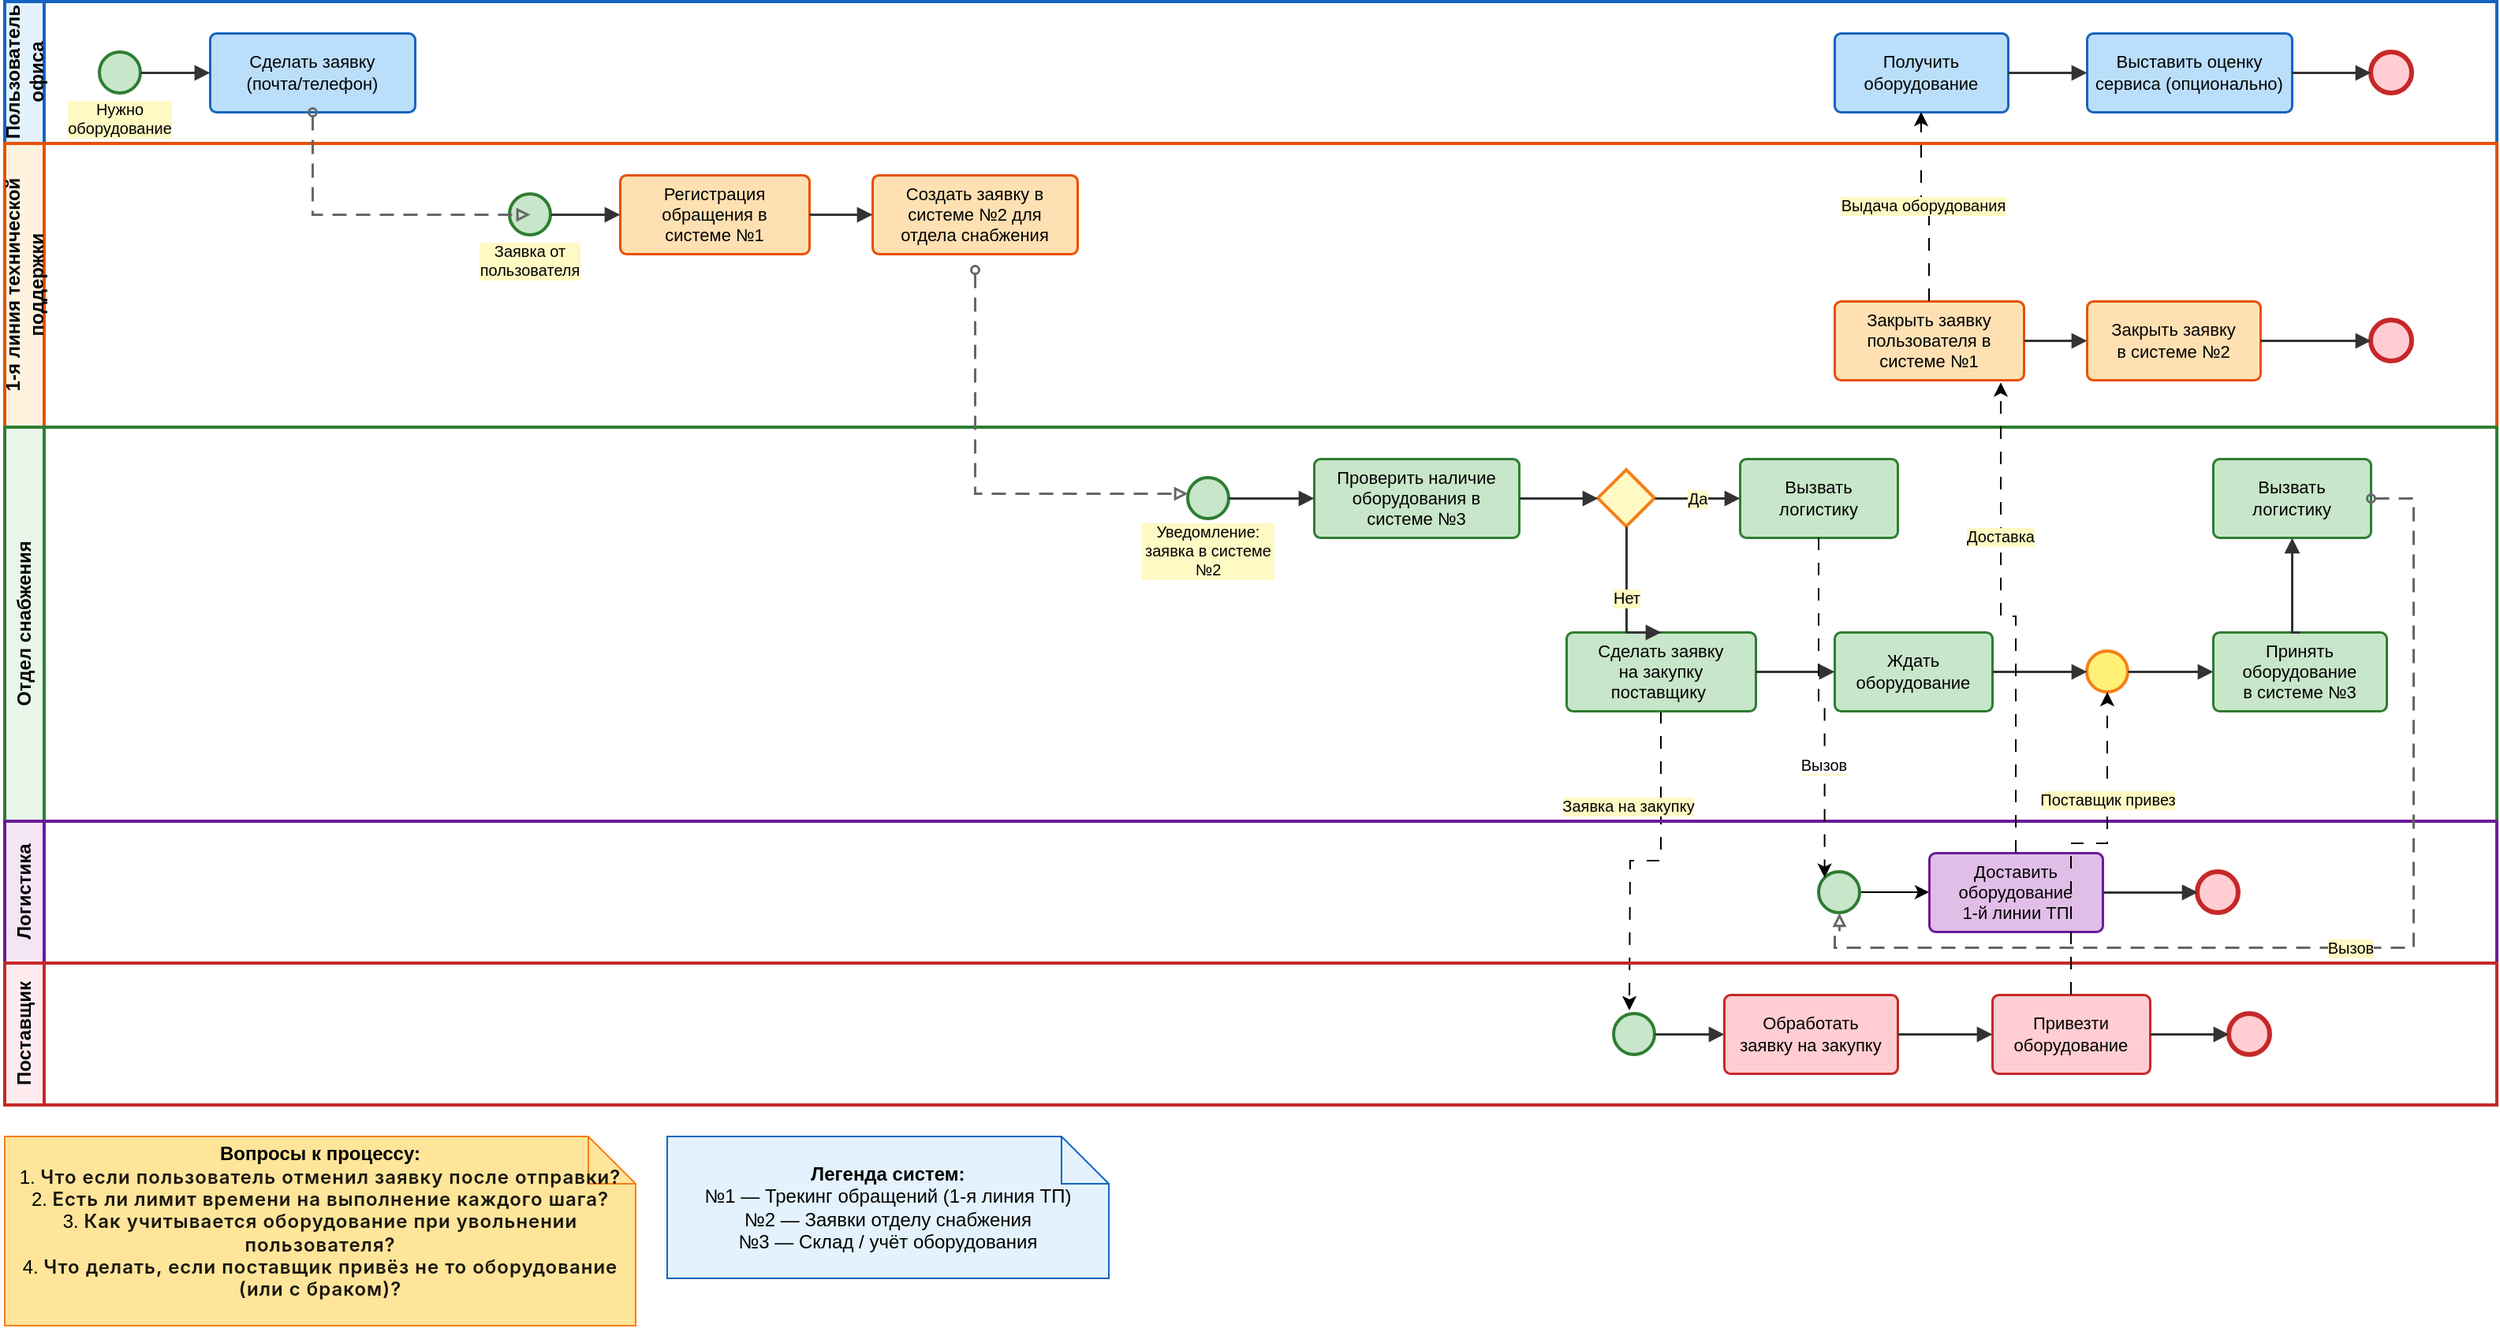
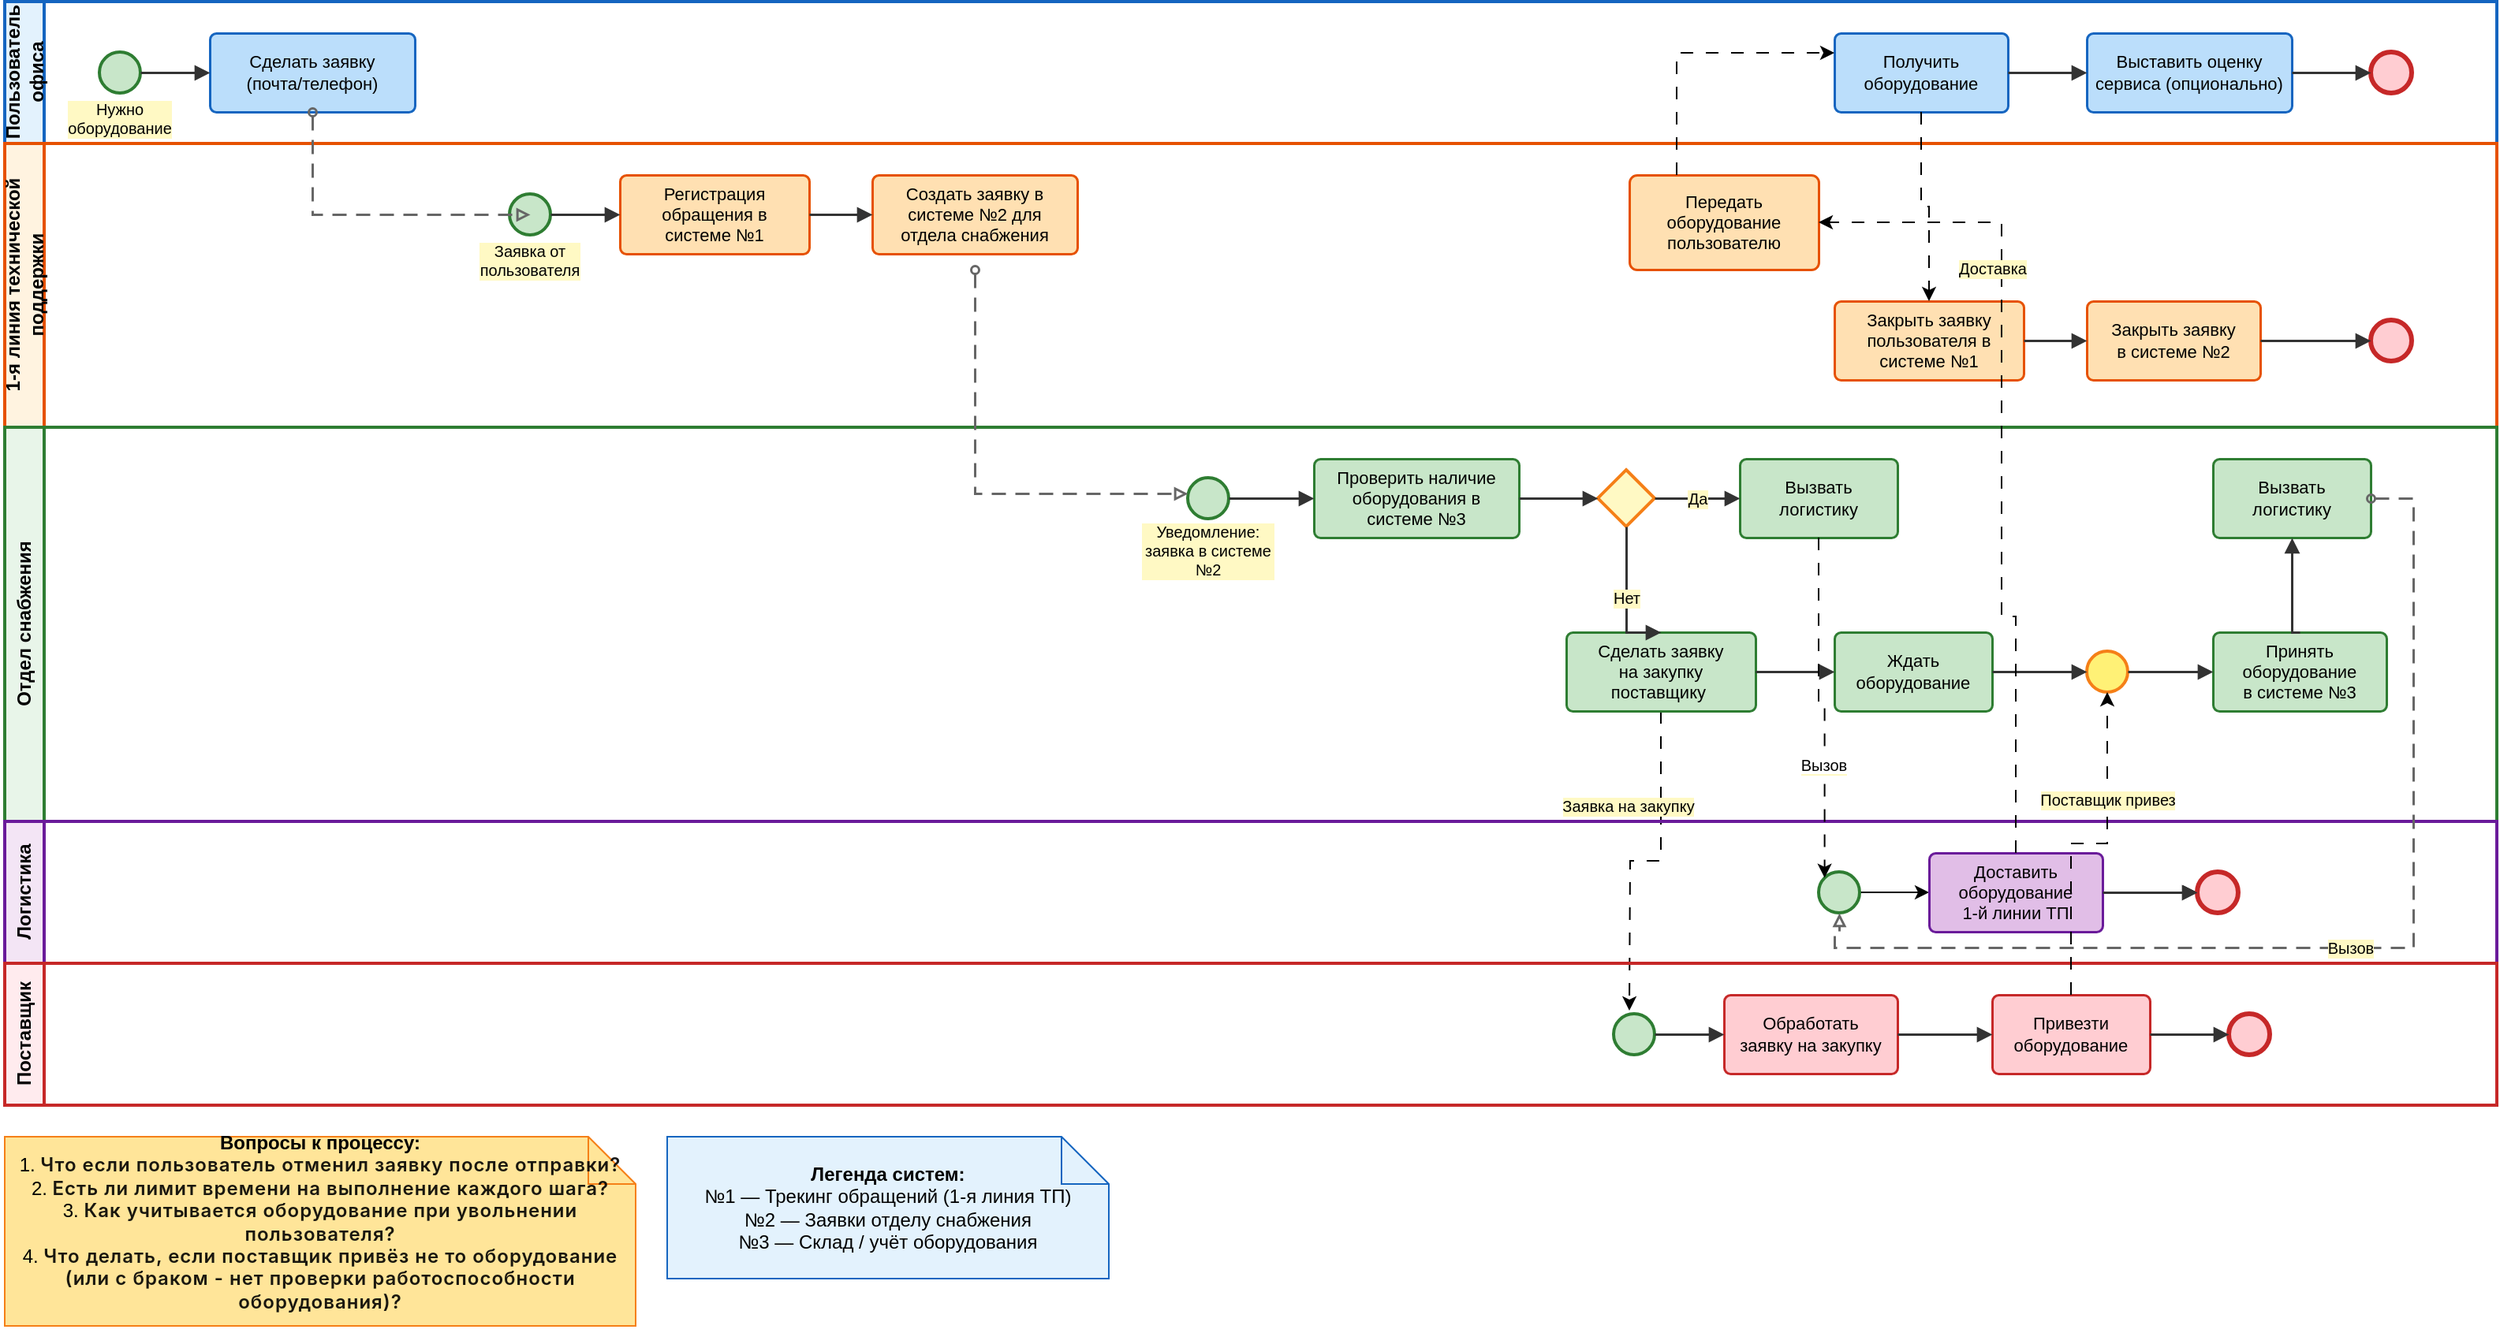
<mxfile host="app.diagrams.net" agent="Kimi">
  <diagram name="BPMN IT Equipment" id="it-equipment-bpmn">
    <mxGraphModel dx="1940" dy="875" grid="1" gridSize="10" guides="1" tooltips="1" connect="1" arrows="1" fold="1" page="1" pageScale="1" pageWidth="1700" pageHeight="1100" math="0" shadow="0">
      <root>
        <mxCell id="0" />
        <mxCell id="1" parent="0" />
        <mxCell id="pool-user" parent="1" style="swimlane;horizontal=0;startSize=25;swimlaneLine=1;collapsible=0;fontStyle=1;fillColor=#E3F2FD;strokeColor=#1565C0;strokeWidth=2;fontSize=12;whiteSpace=wrap;" value="Пользователь офиса" vertex="1">
          <mxGeometry height="90" width="1580" x="40" y="40" as="geometry" />
        </mxCell>
        <mxCell id="start-user" parent="pool-user" style="ellipse;whiteSpace=wrap;html=1;aspect=fixed;fillColor=#C8E6C9;strokeColor=#2E7D32;strokeWidth=2;" value="" vertex="1">
          <mxGeometry height="26" width="26" x="60" y="32" as="geometry" />
        </mxCell>
        <mxCell id="lbl-start-user" parent="pool-user" style="text;html=1;strokeColor=none;fillColor=none;align=center;verticalAlign=middle;whiteSpace=wrap;rounded=0;fontSize=10;fontFamily=Helvetica;fontColor=default;fontStyle=0;labelBackgroundColor=#FFF9C4;" value="Нужно&#xa;оборудование" vertex="1">
          <mxGeometry height="28" width="60" x="43" y="60" as="geometry" />
        </mxCell>
        <mxCell id="task-req" parent="pool-user" style="rounded=1;whiteSpace=wrap;html=1;arcSize=8;fillColor=#BBDEFB;strokeColor=#1565C0;strokeWidth=1.5;fontSize=11;" value="Сделать заявку&#xa;(почта/телефон)" vertex="1">
          <mxGeometry height="50" width="130" x="130" y="20" as="geometry" />
        </mxCell>
        <mxCell id="task-receive" parent="pool-user" style="rounded=1;whiteSpace=wrap;html=1;arcSize=8;fillColor=#BBDEFB;strokeColor=#1565C0;strokeWidth=1.5;fontSize=11;" value="Получить&#xa;оборудование" vertex="1">
          <mxGeometry height="50" width="110" x="1160" y="20" as="geometry" />
        </mxCell>
        <mxCell id="task-rate" parent="pool-user" style="rounded=1;whiteSpace=wrap;html=1;arcSize=8;fillColor=#BBDEFB;strokeColor=#1565C0;strokeWidth=1.5;fontSize=11;" value="Выставить оценку&#xa;сервиса (опционально)" vertex="1">
          <mxGeometry height="50" width="130" x="1320" y="20" as="geometry" />
        </mxCell>
        <mxCell id="end-user" parent="pool-user" style="ellipse;whiteSpace=wrap;html=1;aspect=fixed;fillColor=#FFCDD2;strokeColor=#C62828;strokeWidth=3;" value="" vertex="1">
          <mxGeometry height="26" width="26" x="1500" y="32" as="geometry" />
        </mxCell>
        <mxCell id="sf1" edge="1" parent="pool-user" source="start-user" style="edgeStyle=orthogonalEdgeStyle;rounded=0;orthogonalLoop=1;jettySize=auto;html=1;exitX=1;exitY=0.5;exitDx=0;exitDy=0;entryX=0;entryY=0.5;entryDx=0;entryDy=0;strokeColor=#333333;strokeWidth=1.5;endArrow=block;endFill=1;" target="task-req" value="">
          <mxGeometry relative="1" as="geometry" />
        </mxCell>
        <mxCell id="sf2" edge="1" parent="pool-user" source="task-receive" style="edgeStyle=orthogonalEdgeStyle;rounded=0;orthogonalLoop=1;jettySize=auto;html=1;exitX=1;exitY=0.5;exitDx=0;exitDy=0;entryX=0;entryY=0.5;entryDx=0;entryDy=0;strokeColor=#333333;strokeWidth=1.5;endArrow=block;endFill=1;" target="task-rate" value="">
          <mxGeometry relative="1" as="geometry" />
        </mxCell>
        <mxCell id="sf3" edge="1" parent="pool-user" source="task-rate" style="edgeStyle=orthogonalEdgeStyle;rounded=0;orthogonalLoop=1;jettySize=auto;html=1;exitX=1;exitY=0.5;exitDx=0;exitDy=0;entryX=0;entryY=0.5;entryDx=0;entryDy=0;strokeColor=#333333;strokeWidth=1.5;endArrow=block;endFill=1;" target="end-user" value="">
          <mxGeometry relative="1" as="geometry" />
        </mxCell>
        <mxCell id="pool-l1" parent="1" style="swimlane;horizontal=0;startSize=25;swimlaneLine=1;collapsible=0;fontStyle=1;fillColor=#FFF3E0;strokeColor=#E65100;strokeWidth=2;fontSize=12;whiteSpace=wrap;" value="1-я линия технической поддержки" vertex="1">
          <mxGeometry height="180" width="1580" x="40" y="130" as="geometry" />
        </mxCell>
        <mxCell id="start-l1" parent="pool-l1" style="ellipse;whiteSpace=wrap;html=1;aspect=fixed;fillColor=#C8E6C9;strokeColor=#2E7D32;strokeWidth=2;" value="" vertex="1">
          <mxGeometry height="26" width="26" x="320" y="32" as="geometry" />
        </mxCell>
        <mxCell id="lbl-start-l1" parent="pool-l1" style="text;html=1;strokeColor=none;fillColor=none;align=center;verticalAlign=middle;whiteSpace=wrap;rounded=0;fontSize=10;fontFamily=Helvetica;fontColor=default;fontStyle=0;labelBackgroundColor=#FFF9C4;" value="Заявка от&#xa;пользователя" vertex="1">
          <mxGeometry height="28" width="60" x="303" y="60" as="geometry" />
        </mxCell>
        <mxCell id="task-ticket1" parent="pool-l1" style="rounded=1;whiteSpace=wrap;html=1;arcSize=8;fillColor=#FFE0B2;strokeColor=#E65100;strokeWidth=1.5;fontSize=11;" value="Регистрация&lt;br&gt;обращения в&lt;br&gt;системе №1" vertex="1">
          <mxGeometry height="50" width="120" x="390" y="20" as="geometry" />
        </mxCell>
        <mxCell id="task-create-req" parent="pool-l1" style="rounded=1;whiteSpace=wrap;html=1;arcSize=8;fillColor=#FFE0B2;strokeColor=#E65100;strokeWidth=1.5;fontSize=11;" value="Создать заявку в&#xa;системе №2 для&#xa;отдела снабжения" vertex="1">
          <mxGeometry height="50" width="130" x="550" y="20" as="geometry" />
        </mxCell>
        <mxCell id="task-close1" parent="pool-l1" style="rounded=1;whiteSpace=wrap;html=1;arcSize=8;fillColor=#FFE0B2;strokeColor=#E65100;strokeWidth=1.5;fontSize=11;" value="Закрыть заявку&#xa;пользователя в&#xa;системе №1" vertex="1">
          <mxGeometry height="50" width="120" x="1160" y="100" as="geometry" />
        </mxCell>
        <mxCell id="task-close2" parent="pool-l1" style="rounded=1;whiteSpace=wrap;html=1;arcSize=8;fillColor=#FFE0B2;strokeColor=#E65100;strokeWidth=1.5;fontSize=11;" value="Закрыть заявку&#xa;в системе №2" vertex="1">
          <mxGeometry height="50" width="110" x="1320" y="100" as="geometry" />
        </mxCell>
        <mxCell id="end-l1" parent="pool-l1" style="ellipse;whiteSpace=wrap;html=1;aspect=fixed;fillColor=#FFCDD2;strokeColor=#C62828;strokeWidth=3;" value="" vertex="1">
          <mxGeometry height="26" width="26" x="1500" y="112" as="geometry" />
        </mxCell>
        <mxCell id="sf4" edge="1" parent="pool-l1" source="start-l1" style="edgeStyle=orthogonalEdgeStyle;rounded=0;orthogonalLoop=1;jettySize=auto;html=1;exitX=1;exitY=0.5;exitDx=0;exitDy=0;entryX=0;entryY=0.5;entryDx=0;entryDy=0;strokeColor=#333333;strokeWidth=1.5;endArrow=block;endFill=1;" target="task-ticket1" value="">
          <mxGeometry relative="1" as="geometry" />
        </mxCell>
        <mxCell id="sf5" edge="1" parent="pool-l1" source="task-ticket1" style="edgeStyle=orthogonalEdgeStyle;rounded=0;orthogonalLoop=1;jettySize=auto;html=1;exitX=1;exitY=0.5;exitDx=0;exitDy=0;entryX=0;entryY=0.5;entryDx=0;entryDy=0;strokeColor=#333333;strokeWidth=1.5;endArrow=block;endFill=1;" target="task-create-req" value="">
          <mxGeometry relative="1" as="geometry" />
        </mxCell>
        <mxCell id="sf6" edge="1" parent="pool-l1" source="task-close1" style="edgeStyle=orthogonalEdgeStyle;rounded=0;orthogonalLoop=1;jettySize=auto;html=1;exitX=1;exitY=0.5;exitDx=0;exitDy=0;entryX=0;entryY=0.5;entryDx=0;entryDy=0;strokeColor=#333333;strokeWidth=1.5;endArrow=block;endFill=1;" target="task-close2" value="">
          <mxGeometry relative="1" as="geometry" />
        </mxCell>
        <mxCell id="sf7" edge="1" parent="pool-l1" source="task-close2" style="edgeStyle=orthogonalEdgeStyle;rounded=0;orthogonalLoop=1;jettySize=auto;html=1;exitX=1;exitY=0.5;exitDx=0;exitDy=0;entryX=0;entryY=0.5;entryDx=0;entryDy=0;strokeColor=#333333;strokeWidth=1.5;endArrow=block;endFill=1;" target="end-l1" value="">
          <mxGeometry relative="1" as="geometry" />
        </mxCell>
+         <mxCell id="opargp484cUW6CwqKx2q-9" parent="pool-l1" style="rounded=1;whiteSpace=wrap;html=1;fontFamily=Helvetica;fontSize=11;fontColor=default;align=center;verticalAlign=middle;strokeColor=#E65100;strokeWidth=1.5;arcSize=8;fillColor=#FFE0B2;" value="Передать оборудование пользователю" vertex="1">
+           <mxGeometry height="60" width="120" x="1030" y="20" as="geometry" />
+         </mxCell>
        <mxCell id="pool-supply" parent="1" style="swimlane;horizontal=0;startSize=25;swimlaneLine=1;collapsible=0;fontStyle=1;fillColor=#E8F5E9;strokeColor=#2E7D32;strokeWidth=2;fontSize=12;whiteSpace=wrap;" value="Отдел снабжения" vertex="1">
          <mxGeometry height="250" width="1580" x="40" y="310" as="geometry" />
        </mxCell>
        <mxCell id="start-supply" parent="pool-supply" style="ellipse;whiteSpace=wrap;html=1;aspect=fixed;fillColor=#C8E6C9;strokeColor=#2E7D32;strokeWidth=2;" value="" vertex="1">
          <mxGeometry height="26" width="26" x="750" y="32" as="geometry" />
        </mxCell>
        <mxCell id="lbl-start-supply" parent="pool-supply" style="text;html=1;strokeColor=none;fillColor=none;align=center;verticalAlign=middle;whiteSpace=wrap;rounded=0;fontSize=10;fontFamily=Helvetica;fontColor=default;fontStyle=0;labelBackgroundColor=#FFF9C4;" value="Уведомление:&lt;br&gt;заявка в системе №2" vertex="1">
          <mxGeometry height="36" width="86" x="720" y="60" as="geometry" />
        </mxCell>
        <mxCell id="task-check" parent="pool-supply" style="rounded=1;whiteSpace=wrap;html=1;arcSize=8;fillColor=#C8E6C9;strokeColor=#2E7D32;strokeWidth=1.5;fontSize=11;" value="Проверить наличие&#xa;оборудования в&#xa;системе №3" vertex="1">
          <mxGeometry height="50" width="130" x="830" y="20" as="geometry" />
        </mxCell>
        <mxCell id="gateway-check" parent="pool-supply" style="rhombus;whiteSpace=wrap;html=1;fillColor=#FFF9C4;strokeColor=#F57F17;strokeWidth=2;" value="" vertex="1">
          <mxGeometry height="36" width="36" x="1010" y="27" as="geometry" />
        </mxCell>
        <mxCell id="task-call-log-yes" parent="pool-supply" style="rounded=1;whiteSpace=wrap;html=1;arcSize=8;fillColor=#C8E6C9;strokeColor=#2E7D32;strokeWidth=1.5;fontSize=11;" value="Вызвать&#xa;логистику" vertex="1">
          <mxGeometry height="50" width="100" x="1100" y="20" as="geometry" />
        </mxCell>
        <mxCell id="XbenKFMrG471u0wiNJ-_-17" edge="1" parent="pool-supply" source="task-order" style="edgeStyle=orthogonalEdgeStyle;rounded=0;orthogonalLoop=1;jettySize=auto;html=1;dashed=1;dashPattern=8 8;">
          <mxGeometry relative="1" as="geometry">
            <mxPoint x="1030.0000000000005" y="370" as="targetPoint" />
          </mxGeometry>
        </mxCell>
        <mxCell id="XbenKFMrG471u0wiNJ-_-18" connectable="0" parent="XbenKFMrG471u0wiNJ-_-17" style="edgeLabel;html=1;align=center;verticalAlign=middle;resizable=0;points=[];fillColor=light-dark(transparent,#FFE599);fontFamily=Helvetica;fontSize=10;fontColor=default;fontStyle=0;labelBackgroundColor=#FFF9C4;" value="Заявка на закупку" vertex="1">
          <mxGeometry relative="1" x="-0.0059" y="-4" as="geometry">
            <mxPoint x="-12" y="-31" as="offset" />
          </mxGeometry>
        </mxCell>
        <mxCell id="task-order" parent="pool-supply" style="rounded=1;whiteSpace=wrap;html=1;arcSize=8;fillColor=#C8E6C9;strokeColor=#2E7D32;strokeWidth=1.5;fontSize=11;" value="Сделать заявку&lt;br&gt;на закупку&lt;br&gt;поставщику&amp;nbsp;" vertex="1">
          <mxGeometry height="50" width="120" x="990" y="130" as="geometry" />
        </mxCell>
        <mxCell id="task-wait" parent="pool-supply" style="rounded=1;whiteSpace=wrap;html=1;arcSize=8;fillColor=#C8E6C9;strokeColor=#2E7D32;strokeWidth=1.5;fontSize=11;" value="Ждать&#xa;оборудование" vertex="1">
          <mxGeometry height="50" width="100" x="1160" y="130" as="geometry" />
        </mxCell>
        <mxCell id="event-receive" parent="pool-supply" style="ellipse;whiteSpace=wrap;html=1;aspect=fixed;fillColor=#FFF176;strokeColor=#F57F17;strokeWidth=2;" value="" vertex="1">
          <mxGeometry height="26" width="26" x="1320" y="142" as="geometry" />
        </mxCell>
        <mxCell id="task-accept" parent="pool-supply" style="rounded=1;whiteSpace=wrap;html=1;arcSize=8;fillColor=#C8E6C9;strokeColor=#2E7D32;strokeWidth=1.5;fontSize=11;" value="Принять&#xa;оборудование&#xa;в системе №3" vertex="1">
          <mxGeometry height="50" width="110" x="1400" y="130" as="geometry" />
        </mxCell>
        <mxCell id="task-call-log-no" parent="pool-supply" style="rounded=1;whiteSpace=wrap;html=1;arcSize=8;fillColor=#C8E6C9;strokeColor=#2E7D32;strokeWidth=1.5;fontSize=11;" value="Вызвать&#xa;логистику" vertex="1">
          <mxGeometry height="50" width="100" x="1400" y="20" as="geometry" />
        </mxCell>
        <mxCell id="sf8" edge="1" parent="pool-supply" source="start-supply" style="edgeStyle=orthogonalEdgeStyle;rounded=0;orthogonalLoop=1;jettySize=auto;html=1;exitX=1;exitY=0.5;exitDx=0;exitDy=0;entryX=0;entryY=0.5;entryDx=0;entryDy=0;strokeColor=#333333;strokeWidth=1.5;endArrow=block;endFill=1;" target="task-check" value="">
          <mxGeometry relative="1" as="geometry" />
        </mxCell>
        <mxCell id="sf9" edge="1" parent="pool-supply" source="task-check" style="edgeStyle=orthogonalEdgeStyle;rounded=0;orthogonalLoop=1;jettySize=auto;html=1;exitX=1;exitY=0.5;exitDx=0;exitDy=0;entryX=0;entryY=0.5;entryDx=0;entryDy=0;strokeColor=#333333;strokeWidth=1.5;endArrow=block;endFill=1;" target="gateway-check" value="">
          <mxGeometry relative="1" as="geometry" />
        </mxCell>
        <mxCell id="sf10" edge="1" parent="pool-supply" source="gateway-check" style="edgeStyle=orthogonalEdgeStyle;rounded=0;orthogonalLoop=1;jettySize=auto;html=1;exitX=1;exitY=0.5;exitDx=0;exitDy=0;entryX=0;entryY=0.5;entryDx=0;entryDy=0;strokeColor=#333333;strokeWidth=1.5;endArrow=block;endFill=1;labelBackgroundColor=#FFF9C4;fontSize=10;" target="task-call-log-yes" value="Да">
          <mxGeometry relative="1" as="geometry" />
        </mxCell>
        <mxCell id="sf11" edge="1" parent="pool-supply" source="gateway-check" style="edgeStyle=orthogonalEdgeStyle;rounded=0;orthogonalLoop=1;jettySize=auto;html=1;exitX=0.5;exitY=1;exitDx=0;exitDy=0;entryX=0.5;entryY=0;entryDx=0;entryDy=0;strokeColor=#333333;strokeWidth=1.5;endArrow=block;endFill=1;labelBackgroundColor=#FFF9C4;fontSize=10;" target="task-order" value="Нет">
          <mxGeometry relative="1" as="geometry">
            <Array as="points">
              <mxPoint x="1028" y="130" />
            </Array>
          </mxGeometry>
        </mxCell>
        <mxCell id="sf12" edge="1" parent="pool-supply" source="task-order" style="edgeStyle=orthogonalEdgeStyle;rounded=0;orthogonalLoop=1;jettySize=auto;html=1;exitX=1;exitY=0.5;exitDx=0;exitDy=0;entryX=0;entryY=0.5;entryDx=0;entryDy=0;strokeColor=#333333;strokeWidth=1.5;endArrow=block;endFill=1;" target="task-wait" value="">
          <mxGeometry relative="1" as="geometry" />
        </mxCell>
        <mxCell id="sf13" edge="1" parent="pool-supply" source="task-wait" style="edgeStyle=orthogonalEdgeStyle;rounded=0;orthogonalLoop=1;jettySize=auto;html=1;exitX=1;exitY=0.5;exitDx=0;exitDy=0;entryX=0;entryY=0.5;entryDx=0;entryDy=0;strokeColor=#333333;strokeWidth=1.5;endArrow=block;endFill=1;" target="event-receive" value="">
          <mxGeometry relative="1" as="geometry" />
        </mxCell>
        <mxCell id="sf14" edge="1" parent="pool-supply" source="event-receive" style="edgeStyle=orthogonalEdgeStyle;rounded=0;orthogonalLoop=1;jettySize=auto;html=1;exitX=1;exitY=0.5;exitDx=0;exitDy=0;entryX=0;entryY=0.5;entryDx=0;entryDy=0;strokeColor=#333333;strokeWidth=1.5;endArrow=block;endFill=1;" target="task-accept" value="">
          <mxGeometry relative="1" as="geometry" />
        </mxCell>
        <mxCell id="sf15" edge="1" parent="pool-supply" source="task-accept" style="edgeStyle=orthogonalEdgeStyle;rounded=0;orthogonalLoop=1;jettySize=auto;html=1;exitX=0.5;exitY=0;exitDx=0;exitDy=0;entryX=0.5;entryY=1;entryDx=0;entryDy=0;strokeColor=#333333;strokeWidth=1.5;endArrow=block;endFill=1;" target="task-call-log-no" value="">
          <mxGeometry relative="1" as="geometry">
            <Array as="points">
              <mxPoint x="1450" y="130" />
            </Array>
          </mxGeometry>
        </mxCell>
        <mxCell id="mf2" edge="1" parent="pool-supply" style="edgeStyle=orthogonalEdgeStyle;rounded=0;orthogonalLoop=1;jettySize=auto;html=1;exitX=0.5;exitY=1;exitDx=0;exitDy=0;strokeColor=#666666;strokeWidth=1.5;dashed=1;dashPattern=6 4;startArrow=oval;startFill=0;startSize=5;endArrow=block;endFill=0;endSize=5;" value="">
          <mxGeometry relative="1" as="geometry">
            <Array as="points">
              <mxPoint x="615" y="42" />
            </Array>
            <mxPoint x="615" y="-100" as="sourcePoint" />
            <mxPoint x="750" y="42" as="targetPoint" />
          </mxGeometry>
        </mxCell>
        <mxCell id="pool-log" parent="1" style="swimlane;horizontal=0;startSize=25;swimlaneLine=1;collapsible=0;fontStyle=1;fillColor=#F3E5F5;strokeColor=#6A1B9A;strokeWidth=2;fontSize=12;whiteSpace=wrap;" value="Логистика" vertex="1">
          <mxGeometry height="90" width="1580" x="40" y="560" as="geometry" />
        </mxCell>
        <mxCell id="opargp484cUW6CwqKx2q-7" edge="1" parent="pool-log" source="start-log" style="edgeStyle=orthogonalEdgeStyle;rounded=0;orthogonalLoop=1;jettySize=auto;html=1;" target="task-deliver" value="">
          <mxGeometry relative="1" as="geometry" />
        </mxCell>
        <mxCell id="start-log" parent="pool-log" style="ellipse;whiteSpace=wrap;html=1;aspect=fixed;fillColor=#C8E6C9;strokeColor=#2E7D32;strokeWidth=2;" value="" vertex="1">
          <mxGeometry height="26" width="26" x="1150" y="32" as="geometry" />
        </mxCell>
        <mxCell id="XbenKFMrG471u0wiNJ-_-23" edge="1" parent="pool-log" source="task-deliver" style="edgeStyle=orthogonalEdgeStyle;rounded=0;orthogonalLoop=1;jettySize=auto;html=1;" target="end-log" value="">
          <mxGeometry relative="1" as="geometry" />
        </mxCell>
        <mxCell id="task-deliver" parent="pool-log" style="rounded=1;whiteSpace=wrap;html=1;arcSize=8;fillColor=#E1BEE7;strokeColor=#6A1B9A;strokeWidth=1.5;fontSize=11;" value="Доставить&#xa;оборудование&#xa;1-й линии ТП" vertex="1">
          <mxGeometry height="50" width="110" x="1220" y="20" as="geometry" />
        </mxCell>
        <mxCell id="end-log" parent="pool-log" style="ellipse;whiteSpace=wrap;html=1;aspect=fixed;fillColor=#FFCDD2;strokeColor=#C62828;strokeWidth=3;" value="" vertex="1">
          <mxGeometry height="26" width="26" x="1390" y="32" as="geometry" />
        </mxCell>
        <mxCell id="sf17" edge="1" parent="pool-log" source="task-deliver" style="edgeStyle=orthogonalEdgeStyle;rounded=0;orthogonalLoop=1;jettySize=auto;html=1;exitX=1;exitY=0.5;exitDx=0;exitDy=0;entryX=0;entryY=0.5;entryDx=0;entryDy=0;strokeColor=#333333;strokeWidth=1.5;endArrow=block;endFill=1;" target="end-log" value="">
          <mxGeometry relative="1" as="geometry" />
        </mxCell>
        <mxCell id="pool-vendor" parent="1" style="swimlane;horizontal=0;startSize=25;swimlaneLine=1;collapsible=0;fontStyle=1;fillColor=#FFEBEE;strokeColor=#C62828;strokeWidth=2;fontSize=12;whiteSpace=wrap;" value="Поставщик" vertex="1">
          <mxGeometry height="90" width="1580" x="40" y="650" as="geometry" />
        </mxCell>
        <mxCell id="start-vendor" parent="pool-vendor" style="ellipse;whiteSpace=wrap;html=1;aspect=fixed;fillColor=#C8E6C9;strokeColor=#2E7D32;strokeWidth=2;" value="" vertex="1">
          <mxGeometry height="26" width="26" x="1020" y="32" as="geometry" />
        </mxCell>
        <mxCell id="task-process" parent="pool-vendor" style="rounded=1;whiteSpace=wrap;html=1;arcSize=8;fillColor=#FFCDD2;strokeColor=#C62828;strokeWidth=1.5;fontSize=11;" value="Обработать&#xa;заявку на закупку" vertex="1">
          <mxGeometry height="50" width="110" x="1090" y="20" as="geometry" />
        </mxCell>
        <mxCell id="task-ship" parent="pool-vendor" style="rounded=1;whiteSpace=wrap;html=1;arcSize=8;fillColor=#FFCDD2;strokeColor=#C62828;strokeWidth=1.5;fontSize=11;" value="Привезти&#xa;оборудование" vertex="1">
          <mxGeometry height="50" width="100" x="1260" y="20" as="geometry" />
        </mxCell>
        <mxCell id="end-vendor" parent="pool-vendor" style="ellipse;whiteSpace=wrap;html=1;aspect=fixed;fillColor=#FFCDD2;strokeColor=#C62828;strokeWidth=3;" value="" vertex="1">
          <mxGeometry height="26" width="26" x="1410" y="32" as="geometry" />
        </mxCell>
        <mxCell id="sf18" edge="1" parent="pool-vendor" source="start-vendor" style="edgeStyle=orthogonalEdgeStyle;rounded=0;orthogonalLoop=1;jettySize=auto;html=1;exitX=1;exitY=0.5;exitDx=0;exitDy=0;entryX=0;entryY=0.5;entryDx=0;entryDy=0;strokeColor=#333333;strokeWidth=1.5;endArrow=block;endFill=1;" target="task-process" value="">
          <mxGeometry relative="1" as="geometry" />
        </mxCell>
        <mxCell id="sf19" edge="1" parent="pool-vendor" source="task-process" style="edgeStyle=orthogonalEdgeStyle;rounded=0;orthogonalLoop=1;jettySize=auto;html=1;exitX=1;exitY=0.5;exitDx=0;exitDy=0;entryX=0;entryY=0.5;entryDx=0;entryDy=0;strokeColor=#333333;strokeWidth=1.5;endArrow=block;endFill=1;" target="task-ship" value="">
          <mxGeometry relative="1" as="geometry" />
        </mxCell>
        <mxCell id="sf20" edge="1" parent="pool-vendor" source="task-ship" style="edgeStyle=orthogonalEdgeStyle;rounded=0;orthogonalLoop=1;jettySize=auto;html=1;exitX=1;exitY=0.5;exitDx=0;exitDy=0;entryX=0;entryY=0.5;entryDx=0;entryDy=0;strokeColor=#333333;strokeWidth=1.5;endArrow=block;endFill=1;" target="end-vendor" value="">
          <mxGeometry relative="1" as="geometry" />
        </mxCell>
        <mxCell id="mf1" edge="1" parent="1" source="task-req" style="edgeStyle=orthogonalEdgeStyle;rounded=0;orthogonalLoop=1;jettySize=auto;html=1;exitX=0.5;exitY=1;exitDx=0;exitDy=0;strokeColor=#666666;strokeWidth=1.5;dashed=1;dashPattern=6 4;startArrow=oval;startFill=0;startSize=5;endArrow=block;endFill=0;endSize=5;" value="">
          <mxGeometry relative="1" as="geometry">
            <Array as="points">
              <mxPoint x="235" y="175" />
            </Array>
            <mxPoint x="373" y="175" as="targetPoint" />
          </mxGeometry>
        </mxCell>
-         <mxCell id="note1" parent="1" style="shape=note;whiteSpace=wrap;html=1;backgroundOutline=1;fillColor=light-dark(#FFE599,#FFCCCC);strokeColor=#F57F17;fontSize=10;labelBackgroundColor=none;" value="&lt;span style=&quot;&quot;&gt;&lt;font style=&quot;font-size: 12px;&quot;&gt;&lt;b style=&quot;&quot;&gt;Вопросы к процессу:&lt;/b&gt;&lt;br&gt;1.&amp;nbsp;&lt;font style=&quot;&quot;&gt;&lt;span data-v-46d91a25=&quot;&quot; class=&quot;&quot; style=&quot;scrollbar-color: rgba(0, 0, 0, 0.25) rgba(0, 0, 0, 0); font-family: -apple-system, BlinkMacSystemFont, &amp;quot;Segoe UI&amp;quot;, system-ui, Roboto, &amp;quot;Noto Sans&amp;quot;, Ubuntu, Cantarell, &amp;quot;Helvetica Neue&amp;quot;, sans-serif, Arial, &amp;quot;PingFang SC&amp;quot;, &amp;quot;Source Han Sans SC&amp;quot;, &amp;quot;Microsoft YaHei UI&amp;quot;, &amp;quot;Microsoft YaHei&amp;quot;, &amp;quot;Noto Sans CJK SC&amp;quot;; font-variant-numeric: inherit; font-variant-east-asian: inherit; font-variant-alternates: inherit; font-variant-position: inherit; font-variant-emoji: inherit; font-weight: 600; font-stretch: inherit; line-height: inherit; font-optical-sizing: inherit; font-size-adjust: inherit; font-kerning: inherit; font-feature-settings: inherit; font-variation-settings: inherit; font-language-override: inherit; vertical-align: baseline; border: 0px; margin: 0px; padding: 0px; color: rgba(0, 0, 0, 0.9); letter-spacing: 0.5px; text-align: left; white-space: pre-wrap;&quot;&gt;Что если пользователь отменил заявку после отправки?&lt;/span&gt;&lt;br&gt;2.&amp;nbsp;&lt;/font&gt;&lt;span data-v-46d91a25=&quot;&quot; style=&quot;scrollbar-color: rgba(0, 0, 0, 0.25) rgba(0, 0, 0, 0); font-family: -apple-system, BlinkMacSystemFont, &amp;quot;Segoe UI&amp;quot;, system-ui, Roboto, &amp;quot;Noto Sans&amp;quot;, Ubuntu, Cantarell, &amp;quot;Helvetica Neue&amp;quot;, sans-serif, Arial, &amp;quot;PingFang SC&amp;quot;, &amp;quot;Source Han Sans SC&amp;quot;, &amp;quot;Microsoft YaHei UI&amp;quot;, &amp;quot;Microsoft YaHei&amp;quot;, &amp;quot;Noto Sans CJK SC&amp;quot;; font-variant-numeric: inherit; font-variant-east-asian: inherit; font-variant-alternates: inherit; font-variant-position: inherit; font-variant-emoji: inherit; font-weight: 600; font-stretch: inherit; line-height: inherit; font-optical-sizing: inherit; font-size-adjust: inherit; font-kerning: inherit; font-feature-settings: inherit; font-variation-settings: inherit; font-language-override: inherit; vertical-align: baseline; border: 0px; margin: 0px; padding: 0px; color: rgba(0, 0, 0, 0.9); letter-spacing: 0.5px; text-align: left; white-space: pre-wrap;&quot;&gt;&lt;font style=&quot;&quot;&gt;Есть ли лимит времени на выполнение каждого шага?&lt;/font&gt;&lt;/span&gt;&lt;br&gt;3.&amp;nbsp;&lt;span data-v-46d91a25=&quot;&quot; class=&quot;&quot; style=&quot;scrollbar-color: rgba(0, 0, 0, 0.25) rgba(0, 0, 0, 0); font-family: -apple-system, BlinkMacSystemFont, &amp;quot;Segoe UI&amp;quot;, system-ui, Roboto, &amp;quot;Noto Sans&amp;quot;, Ubuntu, Cantarell, &amp;quot;Helvetica Neue&amp;quot;, sans-serif, Arial, &amp;quot;PingFang SC&amp;quot;, &amp;quot;Source Han Sans SC&amp;quot;, &amp;quot;Microsoft YaHei UI&amp;quot;, &amp;quot;Microsoft YaHei&amp;quot;, &amp;quot;Noto Sans CJK SC&amp;quot;; font-variant-numeric: inherit; font-variant-east-asian: inherit; font-variant-alternates: inherit; font-variant-position: inherit; font-variant-emoji: inherit; font-weight: 600; font-stretch: inherit; line-height: inherit; font-optical-sizing: inherit; font-size-adjust: inherit; font-kerning: inherit; font-feature-settings: inherit; font-variation-settings: inherit; font-language-override: inherit; vertical-align: baseline; border: 0px; margin: 0px; padding: 0px; color: rgba(0, 0, 0, 0.9); letter-spacing: 0.5px; text-align: left; white-space: pre-wrap;&quot;&gt;&lt;font style=&quot;&quot;&gt;Как учитывается оборудование при увольнении пользователя?&lt;/font&gt;&lt;/span&gt;&lt;br&gt;4.&amp;nbsp;&lt;span data-v-46d91a25=&quot;&quot; class=&quot;&quot; style=&quot;scrollbar-color: rgba(0, 0, 0, 0.25) rgba(0, 0, 0, 0); font-family: -apple-system, BlinkMacSystemFont, &amp;quot;Segoe UI&amp;quot;, system-ui, Roboto, &amp;quot;Noto Sans&amp;quot;, Ubuntu, Cantarell, &amp;quot;Helvetica Neue&amp;quot;, sans-serif, Arial, &amp;quot;PingFang SC&amp;quot;, &amp;quot;Source Han Sans SC&amp;quot;, &amp;quot;Microsoft YaHei UI&amp;quot;, &amp;quot;Microsoft YaHei&amp;quot;, &amp;quot;Noto Sans CJK SC&amp;quot;; font-variant-numeric: inherit; font-variant-east-asian: inherit; font-variant-alternates: inherit; font-variant-position: inherit; font-variant-emoji: inherit; font-weight: 600; font-stretch: inherit; line-height: inherit; font-optical-sizing: inherit; font-size-adjust: inherit; font-kerning: inherit; font-feature-settings: inherit; font-variation-settings: inherit; font-language-override: inherit; vertical-align: baseline; border: 0px; margin: 0px; padding: 0px; color: rgba(0, 0, 0, 0.9); letter-spacing: 0.5px; text-align: left; white-space: pre-wrap;&quot;&gt;&lt;font style=&quot;&quot;&gt;Что делать, если поставщик привёз не то оборудование (или с браком)?&lt;/font&gt;&lt;/span&gt;&lt;/font&gt;&lt;/span&gt;&lt;div&gt;&lt;br&gt;&lt;/div&gt;" vertex="1">
+         <mxCell id="note1" parent="1" style="shape=note;whiteSpace=wrap;html=1;backgroundOutline=1;fillColor=light-dark(#FFE599,#FFCCCC);strokeColor=#F57F17;fontSize=10;labelBackgroundColor=none;" value="&lt;span style=&quot;&quot;&gt;&lt;font style=&quot;font-size: 12px;&quot;&gt;&lt;b style=&quot;&quot;&gt;Вопросы к процессу:&lt;/b&gt;&lt;br&gt;1.&amp;nbsp;&lt;font style=&quot;&quot;&gt;&lt;span data-v-46d91a25=&quot;&quot; class=&quot;&quot; style=&quot;scrollbar-color: rgba(0, 0, 0, 0.25) rgba(0, 0, 0, 0); font-family: -apple-system, BlinkMacSystemFont, &amp;quot;Segoe UI&amp;quot;, system-ui, Roboto, &amp;quot;Noto Sans&amp;quot;, Ubuntu, Cantarell, &amp;quot;Helvetica Neue&amp;quot;, sans-serif, Arial, &amp;quot;PingFang SC&amp;quot;, &amp;quot;Source Han Sans SC&amp;quot;, &amp;quot;Microsoft YaHei UI&amp;quot;, &amp;quot;Microsoft YaHei&amp;quot;, &amp;quot;Noto Sans CJK SC&amp;quot;; font-variant-numeric: inherit; font-variant-east-asian: inherit; font-variant-alternates: inherit; font-variant-position: inherit; font-variant-emoji: inherit; font-weight: 600; font-stretch: inherit; line-height: inherit; font-optical-sizing: inherit; font-size-adjust: inherit; font-kerning: inherit; font-feature-settings: inherit; font-variation-settings: inherit; font-language-override: inherit; vertical-align: baseline; border: 0px; margin: 0px; padding: 0px; color: rgba(0, 0, 0, 0.9); letter-spacing: 0.5px; text-align: left; white-space: pre-wrap;&quot;&gt;Что если пользователь отменил заявку после отправки?&lt;/span&gt;&lt;br&gt;2.&amp;nbsp;&lt;/font&gt;&lt;span data-v-46d91a25=&quot;&quot; style=&quot;scrollbar-color: rgba(0, 0, 0, 0.25) rgba(0, 0, 0, 0); font-family: -apple-system, BlinkMacSystemFont, &amp;quot;Segoe UI&amp;quot;, system-ui, Roboto, &amp;quot;Noto Sans&amp;quot;, Ubuntu, Cantarell, &amp;quot;Helvetica Neue&amp;quot;, sans-serif, Arial, &amp;quot;PingFang SC&amp;quot;, &amp;quot;Source Han Sans SC&amp;quot;, &amp;quot;Microsoft YaHei UI&amp;quot;, &amp;quot;Microsoft YaHei&amp;quot;, &amp;quot;Noto Sans CJK SC&amp;quot;; font-variant-numeric: inherit; font-variant-east-asian: inherit; font-variant-alternates: inherit; font-variant-position: inherit; font-variant-emoji: inherit; font-weight: 600; font-stretch: inherit; line-height: inherit; font-optical-sizing: inherit; font-size-adjust: inherit; font-kerning: inherit; font-feature-settings: inherit; font-variation-settings: inherit; font-language-override: inherit; vertical-align: baseline; border: 0px; margin: 0px; padding: 0px; color: rgba(0, 0, 0, 0.9); letter-spacing: 0.5px; text-align: left; white-space: pre-wrap;&quot;&gt;&lt;font style=&quot;&quot;&gt;Есть ли лимит времени на выполнение каждого шага?&lt;/font&gt;&lt;/span&gt;&lt;br&gt;3.&amp;nbsp;&lt;span data-v-46d91a25=&quot;&quot; class=&quot;&quot; style=&quot;scrollbar-color: rgba(0, 0, 0, 0.25) rgba(0, 0, 0, 0); font-family: -apple-system, BlinkMacSystemFont, &amp;quot;Segoe UI&amp;quot;, system-ui, Roboto, &amp;quot;Noto Sans&amp;quot;, Ubuntu, Cantarell, &amp;quot;Helvetica Neue&amp;quot;, sans-serif, Arial, &amp;quot;PingFang SC&amp;quot;, &amp;quot;Source Han Sans SC&amp;quot;, &amp;quot;Microsoft YaHei UI&amp;quot;, &amp;quot;Microsoft YaHei&amp;quot;, &amp;quot;Noto Sans CJK SC&amp;quot;; font-variant-numeric: inherit; font-variant-east-asian: inherit; font-variant-alternates: inherit; font-variant-position: inherit; font-variant-emoji: inherit; font-weight: 600; font-stretch: inherit; line-height: inherit; font-optical-sizing: inherit; font-size-adjust: inherit; font-kerning: inherit; font-feature-settings: inherit; font-variation-settings: inherit; font-language-override: inherit; vertical-align: baseline; border: 0px; margin: 0px; padding: 0px; color: rgba(0, 0, 0, 0.9); letter-spacing: 0.5px; text-align: left; white-space: pre-wrap;&quot;&gt;&lt;font style=&quot;&quot;&gt;Как учитывается оборудование при увольнении пользователя?&lt;/font&gt;&lt;/span&gt;&lt;br&gt;4.&amp;nbsp;&lt;span data-v-46d91a25=&quot;&quot; class=&quot;&quot; style=&quot;scrollbar-color: rgba(0, 0, 0, 0.25) rgba(0, 0, 0, 0); font-family: -apple-system, BlinkMacSystemFont, &amp;quot;Segoe UI&amp;quot;, system-ui, Roboto, &amp;quot;Noto Sans&amp;quot;, Ubuntu, Cantarell, &amp;quot;Helvetica Neue&amp;quot;, sans-serif, Arial, &amp;quot;PingFang SC&amp;quot;, &amp;quot;Source Han Sans SC&amp;quot;, &amp;quot;Microsoft YaHei UI&amp;quot;, &amp;quot;Microsoft YaHei&amp;quot;, &amp;quot;Noto Sans CJK SC&amp;quot;; font-variant-numeric: inherit; font-variant-east-asian: inherit; font-variant-alternates: inherit; font-variant-position: inherit; font-variant-emoji: inherit; font-weight: 600; font-stretch: inherit; line-height: inherit; font-optical-sizing: inherit; font-size-adjust: inherit; font-kerning: inherit; font-feature-settings: inherit; font-variation-settings: inherit; font-language-override: inherit; vertical-align: baseline; border: 0px; margin: 0px; padding: 0px; color: rgba(0, 0, 0, 0.9); letter-spacing: 0.5px; text-align: left; white-space: pre-wrap;&quot;&gt;&lt;font style=&quot;&quot;&gt;Что делать, если поставщик привёз не то оборудование (или с браком - нет проверки работоспособности оборудования)?&lt;/font&gt;&lt;/span&gt;&lt;/font&gt;&lt;/span&gt;&lt;div&gt;&lt;br&gt;&lt;/div&gt;" vertex="1">
          <mxGeometry height="120" width="400" x="40" y="760" as="geometry" />
        </mxCell>
        <mxCell id="note2" parent="1" style="shape=note;whiteSpace=wrap;html=1;backgroundOutline=1;fillColor=#E3F2FD;strokeColor=#1565C0;fontSize=10;" value="&lt;font style=&quot;font-size: 12px;&quot;&gt;&lt;b&gt;Легенда систем:&lt;/b&gt;&lt;br&gt;№1 — Трекинг обращений (1-я линия ТП)&lt;br&gt;№2 — Заявки отделу снабжения&lt;br&gt;№3 — Склад / учёт оборудования&lt;/font&gt;" vertex="1">
          <mxGeometry height="90" width="280" x="460" y="760" as="geometry" />
        </mxCell>
        <mxCell id="XbenKFMrG471u0wiNJ-_-9" edge="1" parent="1" source="task-call-log-yes" style="edgeStyle=orthogonalEdgeStyle;rounded=0;orthogonalLoop=1;jettySize=auto;html=1;exitX=0.5;exitY=1;exitDx=0;exitDy=0;entryX=0;entryY=0;entryDx=0;entryDy=0;dashed=1;dashPattern=8 8;" target="start-log">
          <mxGeometry relative="1" as="geometry" />
        </mxCell>
        <mxCell id="XbenKFMrG471u0wiNJ-_-14" connectable="0" parent="XbenKFMrG471u0wiNJ-_-9" style="edgeLabel;html=1;align=center;verticalAlign=middle;resizable=0;points=[];fontFamily=Helvetica;fontSize=10;fontColor=default;fontStyle=0;labelBackgroundColor=#FFF9C4;" value="&lt;span style=&quot;background-color: light-dark(rgb(255, 255, 255), rgb(255, 229, 153));&quot;&gt;Вызов&lt;/span&gt;" vertex="1">
          <mxGeometry relative="1" x="0.3441" y="-1" as="geometry">
            <mxPoint as="offset" />
          </mxGeometry>
        </mxCell>
-         <mxCell id="XbenKFMrG471u0wiNJ-_-11" edge="1" parent="1" source="task-deliver" style="edgeStyle=orthogonalEdgeStyle;rounded=0;orthogonalLoop=1;jettySize=auto;html=1;entryX=0.879;entryY=1.032;entryDx=0;entryDy=0;entryPerimeter=0;dashed=1;dashPattern=8 8;" target="task-close1">
+         <mxCell id="XbenKFMrG471u0wiNJ-_-11" edge="1" parent="1" source="task-deliver" style="edgeStyle=orthogonalEdgeStyle;rounded=0;orthogonalLoop=1;jettySize=auto;html=1;dashed=1;dashPattern=8 8;" target="opargp484cUW6CwqKx2q-9">
          <mxGeometry relative="1" as="geometry">
            <Array as="points">
              <mxPoint x="1315" y="430" />
              <mxPoint x="1306" y="430" />
+               <mxPoint x="1306" y="180" />
            </Array>
          </mxGeometry>
        </mxCell>
        <mxCell id="opargp484cUW6CwqKx2q-6" connectable="0" parent="XbenKFMrG471u0wiNJ-_-11" style="edgeLabel;html=1;align=center;verticalAlign=middle;resizable=0;points=[];fontFamily=Helvetica;fontSize=10;fontColor=default;fontStyle=0;labelBackgroundColor=#FFF9C4;" value="Доставка" vertex="1">
          <mxGeometry relative="1" x="0.3684" y="1" as="geometry">
-             <mxPoint as="offset" />
-           </mxGeometry>
-         </mxCell>
-         <mxCell id="XbenKFMrG471u0wiNJ-_-15" edge="1" parent="1" source="task-close1" style="edgeStyle=orthogonalEdgeStyle;rounded=0;orthogonalLoop=1;jettySize=auto;html=1;entryX=0.5;entryY=1;entryDx=0;entryDy=0;dashed=1;dashPattern=8 8;" target="task-receive">
-           <mxGeometry relative="1" as="geometry" />
-         </mxCell>
-         <mxCell id="XbenKFMrG471u0wiNJ-_-16" connectable="0" parent="XbenKFMrG471u0wiNJ-_-15" style="edgeLabel;html=1;align=center;verticalAlign=middle;resizable=0;points=[];fontFamily=Helvetica;fontSize=10;fontColor=default;fontStyle=0;labelBackgroundColor=#FFF9C4;" value="Выдача оборудования" vertex="1">
-           <mxGeometry relative="1" x="0.0653" y="-1" as="geometry">
-             <mxPoint as="offset" />
+             <mxPoint x="-5" y="-21" as="offset" />
          </mxGeometry>
        </mxCell>
        <mxCell id="XbenKFMrG471u0wiNJ-_-20" edge="1" parent="1" source="task-ship" style="edgeStyle=orthogonalEdgeStyle;rounded=0;orthogonalLoop=1;jettySize=auto;html=1;entryX=0.5;entryY=1;entryDx=0;entryDy=0;dashed=1;dashPattern=8 8;" target="event-receive">
          <mxGeometry relative="1" as="geometry">
            <mxPoint x="1373" y="504" as="targetPoint" />
          </mxGeometry>
        </mxCell>
        <mxCell id="XbenKFMrG471u0wiNJ-_-21" connectable="0" parent="XbenKFMrG471u0wiNJ-_-20" style="edgeLabel;html=1;align=center;verticalAlign=middle;resizable=0;points=[];fontFamily=Helvetica;fontSize=10;fontColor=default;fontStyle=0;labelBackgroundColor=#FFF9C4;" value="Поставщик привез" vertex="1">
          <mxGeometry relative="1" x="0.3741" as="geometry">
            <mxPoint as="offset" />
          </mxGeometry>
        </mxCell>
        <mxCell id="mf4" edge="1" parent="1" source="task-call-log-no" style="edgeStyle=orthogonalEdgeStyle;rounded=0;orthogonalLoop=1;jettySize=auto;html=1;strokeColor=#666666;strokeWidth=1.5;dashed=1;dashPattern=6 4;startArrow=oval;startFill=0;startSize=5;endArrow=block;endFill=0;endSize=5;fontSize=10;labelBackgroundColor=#FFF9C4;exitX=1;exitY=0.5;exitDx=0;exitDy=0;entryX=0.5;entryY=1;entryDx=0;entryDy=0;fontFamily=Helvetica;fontColor=default;fontStyle=0;align=center;verticalAlign=middle;" target="start-log" value="Вызов">
          <mxGeometry relative="1" as="geometry">
            <Array as="points">
              <mxPoint x="1567" y="355" />
              <mxPoint x="1567" y="640" />
              <mxPoint x="1200" y="640" />
              <mxPoint x="1200" y="630" />
              <mxPoint x="1203" y="630" />
            </Array>
            <mxPoint x="1567" y="390" as="sourcePoint" />
            <mxPoint x="1320" y="630" as="targetPoint" />
          </mxGeometry>
        </mxCell>
+         <mxCell id="opargp484cUW6CwqKx2q-11" edge="1" parent="1" source="opargp484cUW6CwqKx2q-9" style="edgeStyle=orthogonalEdgeStyle;rounded=0;orthogonalLoop=1;jettySize=auto;html=1;entryX=0;entryY=0.25;entryDx=0;entryDy=0;dashed=1;dashPattern=8 8;" target="task-receive">
+           <mxGeometry relative="1" as="geometry">
+             <Array as="points">
+               <mxPoint x="1100" y="73" />
+             </Array>
+           </mxGeometry>
+         </mxCell>
+         <mxCell id="opargp484cUW6CwqKx2q-12" edge="1" parent="1" source="task-receive" style="edgeStyle=orthogonalEdgeStyle;rounded=0;orthogonalLoop=1;jettySize=auto;html=1;entryX=0.5;entryY=0;entryDx=0;entryDy=0;dashed=1;dashPattern=8 8;" target="task-close1">
+           <mxGeometry relative="1" as="geometry" />
+         </mxCell>
      </root>
    </mxGraphModel>
  </diagram>
</mxfile>
